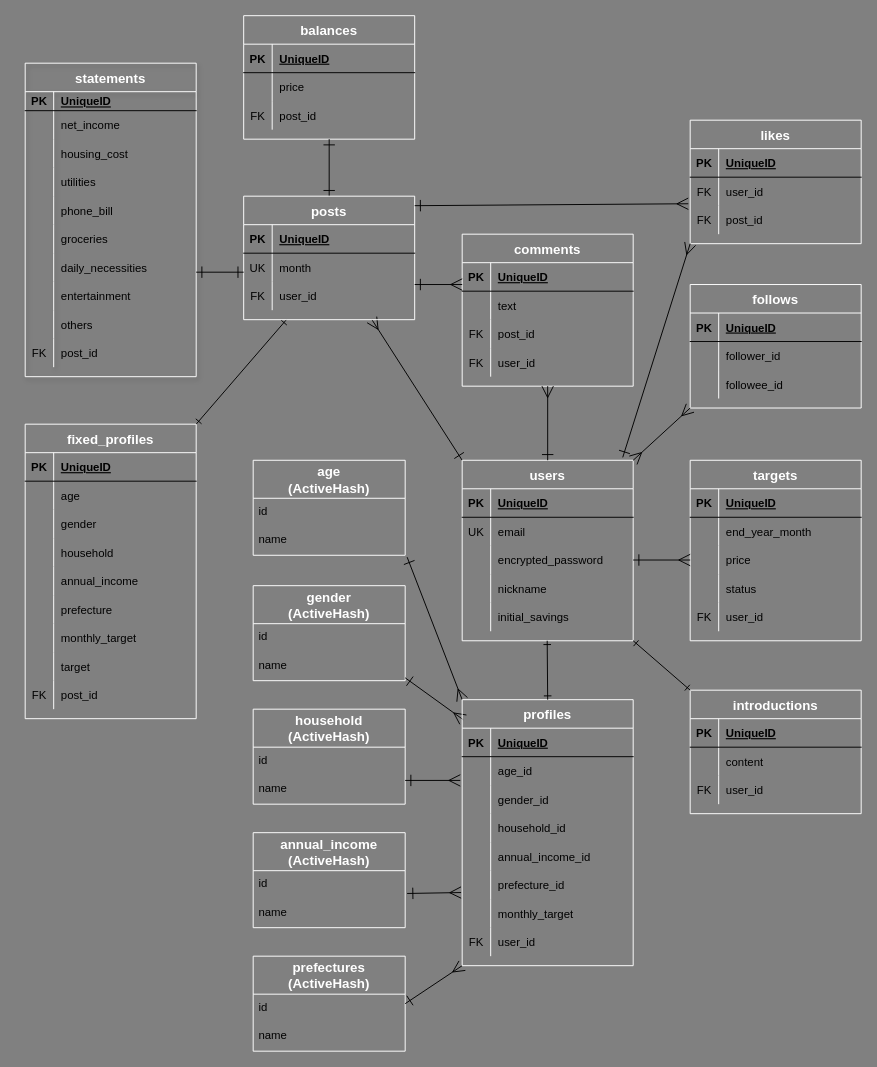
Before: er.dio in Jun-130/piling-up, a draw.io diagram. Source tidied: cells renumbered, new cells numbered last; positions are measured from the earlier drawing's top-left corner, leaving out a move shared by most shapes. Both pictures are drawn from the tidied source at 95%, with x=0, y=0 at pixel (25, 15).
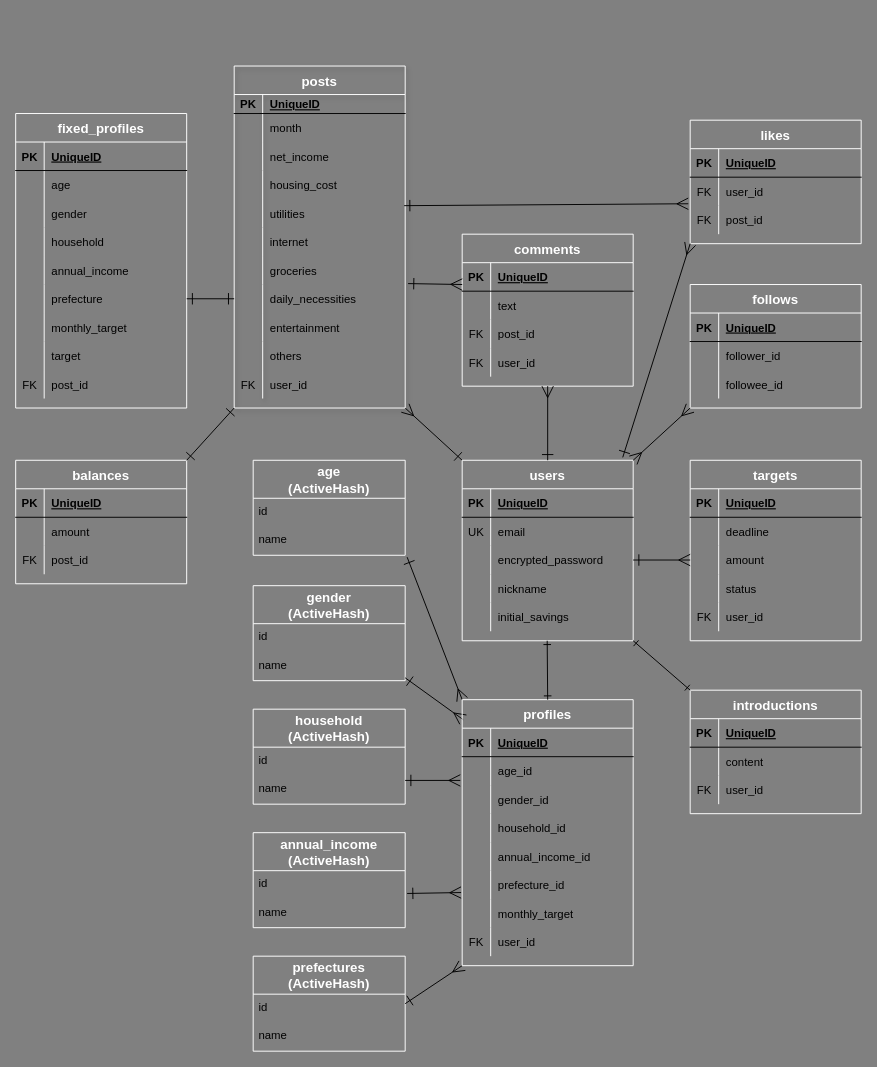
After the change.

The change refers to these unchanged cells:
```xml
<mxCell id="4" value="users" style="shape=table;startSize=30;childLayout=tableLayout;rowLines=0;fontStyle=1;align=center;fillColor=none;strokeColor=#FFFFFF;fontColor=#FFFFFF;fontSize=14;" parent="1" vertex="1">
  <mxGeometry x="460" y="468" width="180" height="190" as="geometry" />
</mxCell>
<mxCell id="24" style="shape=partialRectangle;fillColor=none;top=0;left=0;bottom=0;right=0;" parent="20" vertex="1">
  <mxGeometry y="50" width="180" height="30" as="geometry" />
</mxCell>
<mxCell id="67" style="shape=partialRectangle;fillColor=none;top=0;left=0;bottom=0;right=0;points=[[0,0.5],[1,0.5]];portConstraint=eastwest;" parent="51" vertex="1">
  <mxGeometry y="180" width="180" height="30" as="geometry" />
</mxCell>
<mxCell id="100" style="shape=partialRectangle;fillColor=none;top=0;left=0;bottom=0;right=0;" parent="96" vertex="1">
  <mxGeometry y="60" width="180" height="30" as="geometry" />
</mxCell>
<mxCell id="103" style="shape=partialRectangle;fillColor=none;top=0;left=0;bottom=0;right=0;" parent="96" vertex="1">
  <mxGeometry y="90" width="180" height="30" as="geometry" />
</mxCell>
<mxCell id="145" style="shape=partialRectangle;fillColor=none;top=0;left=0;bottom=0;right=0;points=[[0,0.5],[1,0.5]];portConstraint=eastwest;" parent="138" vertex="1">
  <mxGeometry y="90" width="180" height="30" as="geometry" />
</mxCell>
<mxCell id="192" style="shape=partialRectangle;fillColor=none;top=0;left=0;bottom=0;right=0;" parent="188" vertex="1">
  <mxGeometry y="60" width="180" height="30" as="geometry" />
</mxCell>
```

Diff of the diagram source:
```diff
@@
-    <mxCell id="2" style="edgeStyle=none;html=1;startArrow=ERone;startFill=0;endArrow=ERmany;endFill=0;startSize=10;endSize=10;sourcePerimeterSpacing=0;targetPerimeterSpacing=0;exitX=0;exitY=0;exitDx=0;exitDy=0;entryX=0.75;entryY=1;entryDx=0;entryDy=0;" parent="1" edge="1" source="4" target="200">
+    <mxCell id="2" style="edgeStyle=none;html=1;startArrow=ERone;startFill=0;endArrow=ERmany;endFill=0;startSize=10;endSize=10;sourcePerimeterSpacing=0;targetPerimeterSpacing=0;exitX=0;exitY=0;exitDx=0;exitDy=0;entryX=1;entryY=1;entryDx=0;entryDy=0;" parent="1" edge="1" source="4" target="20">
       <mxGeometry relative="1" as="geometry" />
     </mxCell>
-    <mxCell id="3" style="edgeStyle=none;html=1;endArrow=ERone;endFill=0;startArrow=ERone;startFill=0;exitX=0.25;exitY=1;exitDx=0;exitDy=0;entryX=1;entryY=0;entryDx=0;entryDy=0;" parent="1" edge="1" source="200" target="51">
-      <mxGeometry relative="1" as="geometry" />
-    </mxCell>
@@
-    <mxCell id="20" value="statements" style="shape=table;startSize=30;childLayout=tableLayout;rowLines=0;fontStyle=1;align=center;fillColor=none;strokeColor=#FFFFFF;fontColor=#FFFFFF;fontSize=14;shadow=1;" parent="1" vertex="1">
-      <mxGeometry y="50" width="180" height="330" as="geometry" />
+    <mxCell id="20" value="posts" style="shape=table;startSize=30;childLayout=tableLayout;rowLines=0;fontStyle=1;align=center;fillColor=none;strokeColor=#FFFFFF;fontColor=#FFFFFF;fontSize=14;shadow=1;" parent="1" vertex="1">
+      <mxGeometry x="220" y="53" width="180" height="360" as="geometry" />
     </mxCell>
@@
-    <mxCell id="26" value="net_income" style="shape=partialRectangle;fillColor=none;top=0;left=0;bottom=0;right=0;align=left;spacingLeft=6;overflow=hidden;" parent="24" vertex="1">
+    <mxCell id="26" value="month" style="shape=partialRectangle;fillColor=none;top=0;left=0;bottom=0;right=0;align=left;spacingLeft=6;overflow=hidden;" parent="24" vertex="1">
       <mxGeometry x="30" width="150" height="30" as="geometry" />
     </mxCell>
+    <mxCell id="213" style="shape=partialRectangle;fillColor=none;top=0;left=0;bottom=0;right=0;" parent="20" vertex="1">
+      <mxGeometry y="80" width="180" height="30" as="geometry" />
+    </mxCell>
+    <mxCell id="214" style="shape=partialRectangle;fillColor=none;top=0;left=0;bottom=0;right=0;overflow=hidden;" parent="213" vertex="1">
+      <mxGeometry width="30" height="30" as="geometry" />
+    </mxCell>
+    <mxCell id="215" value="net_income" style="shape=partialRectangle;fillColor=none;top=0;left=0;bottom=0;right=0;align=left;spacingLeft=6;overflow=hidden;" parent="213" vertex="1">
+      <mxGeometry x="30" width="150" height="30" as="geometry" />
+    </mxCell>
     <mxCell id="27" style="shape=partialRectangle;fillColor=none;top=0;left=0;bottom=0;right=0;" parent="20" vertex="1">
-      <mxGeometry y="80" width="180" height="30" as="geometry" />
+      <mxGeometry y="110" width="180" height="30" as="geometry" />
     </mxCell>
@@
     <mxCell id="30" style="shape=partialRectangle;fillColor=none;top=0;left=0;bottom=0;right=0;points=[[0,0.5],[1,0.5]];portConstraint=eastwest;" parent="20" vertex="1">
-      <mxGeometry y="110" width="180" height="30" as="geometry" />
+      <mxGeometry y="140" width="180" height="30" as="geometry" />
     </mxCell>
@@
     <mxCell id="33" style="shape=partialRectangle;fillColor=none;top=0;left=0;bottom=0;right=0;" parent="20" vertex="1">
-      <mxGeometry y="140" width="180" height="30" as="geometry" />
+      <mxGeometry y="170" width="180" height="30" as="geometry" />
     </mxCell>
@@
-    <mxCell id="35" value="phone_bill" style="shape=partialRectangle;fillColor=none;top=0;left=0;bottom=0;right=0;align=left;spacingLeft=6;overflow=hidden;" parent="33" vertex="1">
+    <mxCell id="35" value="internet" style="shape=partialRectangle;fillColor=none;top=0;left=0;bottom=0;right=0;align=left;spacingLeft=6;overflow=hidden;" parent="33" vertex="1">
       <mxGeometry x="30" width="150" height="30" as="geometry" />
     </mxCell>
     <mxCell id="36" style="shape=partialRectangle;fillColor=none;top=0;left=0;bottom=0;right=0;" parent="20" vertex="1">
-      <mxGeometry y="170" width="180" height="30" as="geometry" />
+      <mxGeometry y="200" width="180" height="30" as="geometry" />
     </mxCell>
@@
     <mxCell id="39" style="shape=partialRectangle;fillColor=none;top=0;left=0;bottom=0;right=0;points=[[0,0.5],[1,0.5]];portConstraint=eastwest;" parent="20" vertex="1">
-      <mxGeometry y="200" width="180" height="30" as="geometry" />
+      <mxGeometry y="230" width="180" height="30" as="geometry" />
     </mxCell>
@@
     <mxCell id="42" style="shape=partialRectangle;fillColor=none;top=0;left=0;bottom=0;right=0;" parent="20" vertex="1">
-      <mxGeometry y="230" width="180" height="30" as="geometry" />
+      <mxGeometry y="260" width="180" height="30" as="geometry" />
     </mxCell>
@@
     <mxCell id="45" style="shape=partialRectangle;fillColor=none;top=0;left=0;bottom=0;right=0;" parent="20" vertex="1">
-      <mxGeometry y="260" width="180" height="30" as="geometry" />
+      <mxGeometry y="290" width="180" height="30" as="geometry" />
     </mxCell>
@@
     <mxCell id="48" style="shape=partialRectangle;fillColor=none;top=0;left=0;bottom=0;right=0;" parent="20" vertex="1">
-      <mxGeometry y="290" width="180" height="30" as="geometry" />
+      <mxGeometry y="320" width="180" height="30" as="geometry" />
     </mxCell>
@@
-    <mxCell id="50" value="post_id" style="shape=partialRectangle;fillColor=none;top=0;left=0;bottom=0;right=0;align=left;spacingLeft=6;overflow=hidden;" parent="48" vertex="1">
+    <mxCell id="50" value="user_id" style="shape=partialRectangle;fillColor=none;top=0;left=0;bottom=0;right=0;align=left;spacingLeft=6;overflow=hidden;" parent="48" vertex="1">
       <mxGeometry x="30" width="150" height="30" as="geometry" />
     </mxCell>
     <mxCell id="51" value="fixed_profiles" style="shape=table;startSize=30;childLayout=tableLayout;rowLines=0;fontStyle=1;align=center;fillColor=none;strokeColor=#FFFFFF;fontSize=14;fontColor=#FFFFFF;labelBackgroundColor=none;" parent="1" vertex="1">
-      <mxGeometry y="430" width="180" height="310" as="geometry" />
+      <mxGeometry x="-10" y="103" width="180" height="310" as="geometry" />
     </mxCell>
@@
-    <mxCell id="102" value="end_year_month" style="shape=partialRectangle;fillColor=none;top=0;left=0;bottom=0;right=0;align=left;spacingLeft=6;overflow=hidden;" parent="100" vertex="1">
+    <mxCell id="102" value="deadline" style="shape=partialRectangle;fillColor=none;top=0;left=0;bottom=0;right=0;align=left;spacingLeft=6;overflow=hidden;" parent="100" vertex="1">
       <mxGeometry x="30" width="150" height="30" as="geometry" />
     </mxCell>
@@
-    <mxCell id="105" value="price" style="shape=partialRectangle;fillColor=none;top=0;left=0;bottom=0;right=0;align=left;spacingLeft=6;overflow=hidden;" parent="103" vertex="1">
+    <mxCell id="105" value="amount" style="shape=partialRectangle;fillColor=none;top=0;left=0;bottom=0;right=0;align=left;spacingLeft=6;overflow=hidden;" parent="103" vertex="1">
       <mxGeometry x="30" width="150" height="30" as="geometry" />
     </mxCell>
@@
     <mxCell id="188" value="balances" style="shape=table;startSize=30;childLayout=tableLayout;rowLines=0;fontStyle=1;align=center;fillColor=none;strokeColor=#FFFFFF;fontSize=14;fontColor=#FFFFFF;labelBackgroundColor=none;" parent="1" vertex="1">
-      <mxGeometry x="230" width="180" height="130" as="geometry" />
+      <mxGeometry x="-10" y="468" width="180" height="130" as="geometry" />
     </mxCell>
@@
-    <mxCell id="194" value="price" style="shape=partialRectangle;fillColor=none;top=0;left=0;bottom=0;right=0;align=left;spacingLeft=6;overflow=hidden;" parent="192" vertex="1">
+    <mxCell id="194" value="amount" style="shape=partialRectangle;fillColor=none;top=0;left=0;bottom=0;right=0;align=left;spacingLeft=6;overflow=hidden;" parent="192" vertex="1">
       <mxGeometry x="30" width="150" height="30" as="geometry" />
     </mxCell>
@@
-    <mxCell id="199" style="edgeStyle=none;html=1;endArrow=ERone;endFill=0;startArrow=ERone;startFill=0;endSize=10;startSize=10;entryX=0.5;entryY=0;entryDx=0;entryDy=0;exitX=0.5;exitY=1;exitDx=0;exitDy=0;" parent="1" edge="1" source="188" target="200">
+    <mxCell id="199" style="edgeStyle=none;html=1;endArrow=ERone;endFill=0;startArrow=ERone;startFill=0;endSize=10;startSize=10;exitX=1;exitY=0;exitDx=0;exitDy=0;entryX=0;entryY=1;entryDx=0;entryDy=0;" parent="1" edge="1" source="188" target="20">
       <mxGeometry relative="1" as="geometry" />
     </mxCell>
-    <mxCell id="200" value="posts" style="shape=table;startSize=30;childLayout=tableLayout;rowLines=0;fontStyle=1;align=center;fillColor=none;strokeColor=#FFFFFF;fontSize=14;fontColor=#FFFFFF;labelBackgroundColor=none;" parent="1" vertex="1">
-      <mxGeometry x="230" y="190" width="180" height="130" as="geometry" />
-    </mxCell>
-    <mxCell id="201" style="shape=partialRectangle;fillColor=none;top=0;left=0;bottom=1;right=0;" parent="200" vertex="1">
-      <mxGeometry y="30" width="180" height="30" as="geometry" />
-    </mxCell>
-    <mxCell id="202" value="PK" style="shape=partialRectangle;fillColor=none;top=0;left=0;bottom=0;right=0;fontStyle=1;overflow=hidden;" parent="201" vertex="1">
-      <mxGeometry width="30" height="30" as="geometry" />
-    </mxCell>
-    <mxCell id="203" value="UniqueID" style="shape=partialRectangle;fillColor=none;top=0;left=0;bottom=0;right=0;align=left;spacingLeft=6;fontStyle=5;overflow=hidden;" parent="201" vertex="1">
-      <mxGeometry x="30" width="150" height="30" as="geometry" />
-    </mxCell>
-    <mxCell id="204" style="shape=partialRectangle;fillColor=none;top=0;left=0;bottom=0;right=0;" parent="200" vertex="1">
-      <mxGeometry y="60" width="180" height="30" as="geometry" />
-    </mxCell>
-    <mxCell id="205" value="UK" style="shape=partialRectangle;fillColor=none;top=0;left=0;bottom=0;right=0;overflow=hidden;" parent="204" vertex="1">
-      <mxGeometry width="30" height="30" as="geometry" />
-    </mxCell>
-    <mxCell id="206" value="month" style="shape=partialRectangle;fillColor=none;top=0;left=0;bottom=0;right=0;align=left;spacingLeft=6;overflow=hidden;" parent="204" vertex="1">
-      <mxGeometry x="30" width="150" height="30" as="geometry" />
-    </mxCell>
-    <mxCell id="207" style="shape=partialRectangle;fillColor=none;top=0;left=0;bottom=0;right=0;" parent="200" vertex="1">
-      <mxGeometry y="90" width="180" height="30" as="geometry" />
-    </mxCell>
-    <mxCell id="208" value="FK" style="shape=partialRectangle;fillColor=none;top=0;left=0;bottom=0;right=0;overflow=hidden;" parent="207" vertex="1">
-      <mxGeometry width="30" height="30" as="geometry" />
-    </mxCell>
-    <mxCell id="209" value="user_id" style="shape=partialRectangle;fillColor=none;top=0;left=0;bottom=0;right=0;align=left;spacingLeft=6;overflow=hidden;" parent="207" vertex="1">
-      <mxGeometry x="30" width="150" height="30" as="geometry" />
-    </mxCell>
-    <mxCell id="210" style="edgeStyle=none;html=1;endArrow=ERone;endFill=0;startArrow=ERone;startFill=0;endSize=10;startSize=10;exitX=1;exitY=0.5;exitDx=0;exitDy=0;" parent="1" edge="1">
-      <mxGeometry relative="1" as="geometry">
-        <mxPoint x="180" y="270" as="sourcePoint" />
-        <mxPoint x="230" y="270" as="targetPoint" />
-      </mxGeometry>
-    </mxCell>
-    <mxCell id="211" style="edgeStyle=none;html=1;endArrow=ERmany;endFill=0;startArrow=ERone;startFill=0;endSize=10;startSize=10;exitX=1;exitY=0.5;exitDx=0;exitDy=0;" parent="1" edge="1">
+    <mxCell id="211" style="edgeStyle=none;html=1;endArrow=ERmany;endFill=0;startArrow=ERone;startFill=0;endSize=10;startSize=10;exitX=1.017;exitY=-0.033;exitDx=0;exitDy=0;exitPerimeter=0;" parent="1" edge="1" source="39">
       <mxGeometry relative="1" as="geometry">
-        <mxPoint x="410" y="283" as="sourcePoint" />
         <mxPoint x="460" y="283" as="targetPoint" />
       </mxGeometry>
     </mxCell>
-    <mxCell id="212" style="edgeStyle=none;html=1;endArrow=ERmany;endFill=0;startArrow=ERone;startFill=0;endSize=10;startSize=10;exitX=1;exitY=0.5;exitDx=0;exitDy=0;entryX=-0.011;entryY=-0.067;entryDx=0;entryDy=0;entryPerimeter=0;" parent="1" edge="1" target="145">
-      <mxGeometry relative="1" as="geometry">
-        <mxPoint x="410" y="200" as="sourcePoint" />
-      </mxGeometry>
+    <mxCell id="212" style="edgeStyle=none;html=1;endArrow=ERmany;endFill=0;startArrow=ERone;startFill=0;endSize=10;startSize=10;entryX=-0.011;entryY=-0.067;entryDx=0;entryDy=0;entryPerimeter=0;exitX=0.994;exitY=0.233;exitDx=0;exitDy=0;exitPerimeter=0;" parent="1" edge="1" source="30" target="145">
+      <mxGeometry relative="1" as="geometry" />
     </mxCell>
+    <mxCell id="216" style="edgeStyle=none;html=1;endArrow=ERone;endFill=0;startArrow=ERone;startFill=0;endSize=10;startSize=10;exitX=1;exitY=0.5;exitDx=0;exitDy=0;entryX=0;entryY=0.5;entryDx=0;entryDy=0;" parent="1" edge="1" source="67" target="39">
+      <mxGeometry relative="1" as="geometry" />
+    </mxCell>
+    <mxCell id="217" style="edgeStyle=none;html=1;" parent="1" edge="1" source="30">
+      <mxGeometry relative="1" as="geometry">
+        <mxPoint x="400" y="200" as="targetPoint" />
+      </mxGeometry>
+    </mxCell>
```
